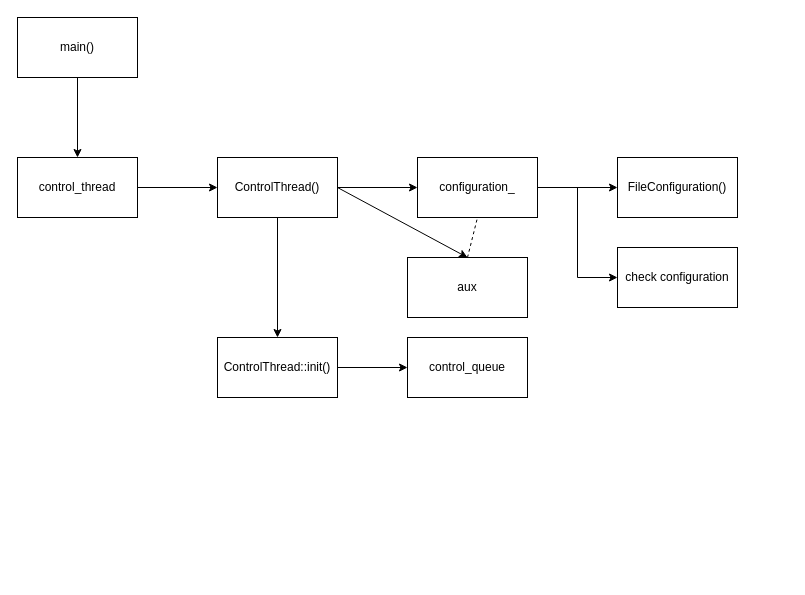
Above: gnss-sdr-call.drawio in Mortarboard-H/gnss-sdr (draw.io), before the change. Source tidied: cells renumbered, new cells numbered last; positions are measured from the earlier drawing's top-left corner, leaving out a move shared by most shapes. Both pictures are drawn from the tidied source at 100%, with x=0, y=0 at pixel (17, 17).
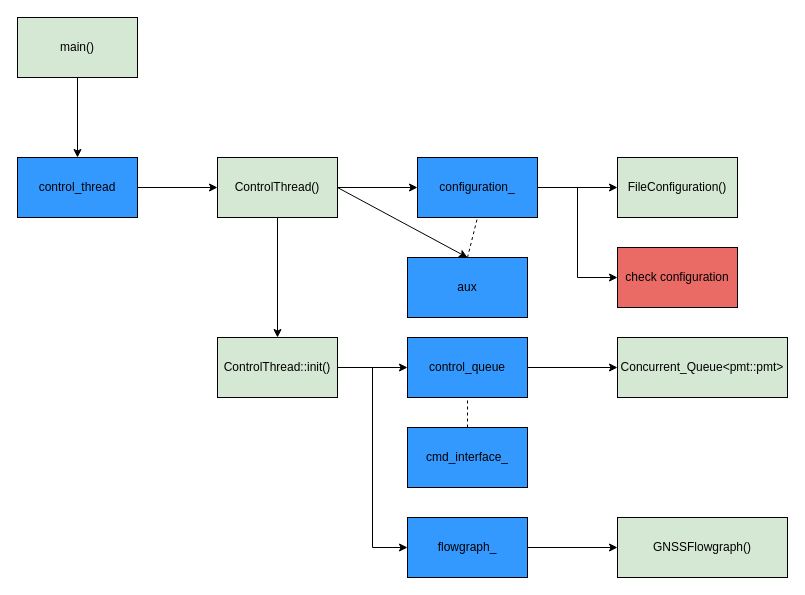
The same diagram, later.

Diff of the diagram source:
```diff
@@
-    <mxCell id="3" value="main()" style="rounded=0;whiteSpace=wrap;html=1;" parent="1" vertex="1">
+    <mxCell id="3" value="main()" style="rounded=0;whiteSpace=wrap;html=1;fillColor=#D5E8D4;" parent="1" vertex="1">
       <mxGeometry width="120" height="60" as="geometry" />
     </mxCell>
@@
-    <mxCell id="5" value="control_thread" style="whiteSpace=wrap;html=1;rounded=0;" parent="1" vertex="1">
+    <mxCell id="5" value="control_thread" style="whiteSpace=wrap;html=1;rounded=0;fillColor=#3399FF;" parent="1" vertex="1">
       <mxGeometry y="140" width="120" height="60" as="geometry" />
     </mxCell>
@@
-    <mxCell id="8" value="ControlThread()" style="whiteSpace=wrap;html=1;rounded=0;" parent="1" vertex="1">
+    <mxCell id="8" value="ControlThread()" style="whiteSpace=wrap;html=1;rounded=0;fillColor=#D5E8D4;" parent="1" vertex="1">
       <mxGeometry x="200" y="140" width="120" height="60" as="geometry" />
     </mxCell>
@@
-    <mxCell id="11" value="configuration_" style="whiteSpace=wrap;html=1;rounded=0;" parent="1" vertex="1">
+    <mxCell id="11" value="configuration_" style="whiteSpace=wrap;html=1;rounded=0;strokeColor=#000000;fillColor=#3399FF;" parent="1" vertex="1">
       <mxGeometry x="400" y="140" width="120" height="60" as="geometry" />
     </mxCell>
-    <mxCell id="12" value="FileConfiguration()" style="whiteSpace=wrap;html=1;rounded=0;" parent="1" vertex="1">
+    <mxCell id="12" value="FileConfiguration()" style="whiteSpace=wrap;html=1;rounded=0;fillColor=#D5E8D4;" parent="1" vertex="1">
       <mxGeometry x="600" y="140" width="120" height="60" as="geometry" />
     </mxCell>
-    <mxCell id="13" value="aux" style="whiteSpace=wrap;html=1;rounded=0;" parent="1" vertex="1">
+    <mxCell id="13" value="aux" style="whiteSpace=wrap;html=1;rounded=0;fillColor=#3399FF;" parent="1" vertex="1">
       <mxGeometry x="390" y="240" width="120" height="60" as="geometry" />
     </mxCell>
@@
-    <mxCell id="16" value="check configuration" style="whiteSpace=wrap;html=1;rounded=0;" parent="1" vertex="1">
+    <mxCell id="16" value="check configuration" style="whiteSpace=wrap;html=1;rounded=0;fillColor=#EA6B66;" parent="1" vertex="1">
       <mxGeometry x="600" y="230" width="120" height="60" as="geometry" />
     </mxCell>
+    <mxCell id="20" style="edgeStyle=orthogonalEdgeStyle;rounded=0;jettySize=auto;html=1;entryX=0;entryY=0.5;entryDx=0;entryDy=0;fontColor=#3399FF;" parent="1" edge="1" source="17" target="26">
+      <mxGeometry relative="1" as="geometry" />
+    </mxCell>
-    <mxCell id="17" value="ControlThread::init()" style="whiteSpace=wrap;html=1;rounded=0;" parent="1" vertex="1">
+    <mxCell id="17" value="ControlThread::init()" style="whiteSpace=wrap;html=1;rounded=0;fillColor=#D5E8D4;" parent="1" vertex="1">
       <mxGeometry x="200" y="320" width="120" height="60" as="geometry" />
     </mxCell>
+    <mxCell id="21" style="edgeStyle=orthogonalEdgeStyle;rounded=0;jettySize=auto;html=1;exitX=1;exitY=0.5;exitDx=0;exitDy=0;entryX=0;entryY=0.5;entryDx=0;entryDy=0;fontColor=#3399FF;" parent="1" edge="1" source="18" target="22">
+      <mxGeometry relative="1" as="geometry" />
+    </mxCell>
-    <mxCell id="18" value="control_queue" style="whiteSpace=wrap;html=1;rounded=0;" parent="1" vertex="1">
+    <mxCell id="18" value="control_queue" style="whiteSpace=wrap;html=1;rounded=0;strokeColor=#000000;fillColor=#3399FF;" parent="1" vertex="1">
       <mxGeometry x="390" y="320" width="120" height="60" as="geometry" />
     </mxCell>
@@
+    <mxCell id="22" value="Concurrent_Queue&amp;lt;pmt::pmt&amp;gt;" style="whiteSpace=wrap;html=1;rounded=0;fillColor=#D5E8D4;" parent="1" vertex="1">
+      <mxGeometry x="600" y="320" width="170" height="60" as="geometry" />
+    </mxCell>
+    <mxCell id="23" value="cmd_interface_" style="whiteSpace=wrap;html=1;rounded=0;strokeColor=#000000;fillColor=#3399FF;" parent="1" vertex="1">
+      <mxGeometry x="390" y="410" width="120" height="60" as="geometry" />
+    </mxCell>
+    <mxCell id="24" style="endArrow=none;dashed=1;html=1;rounded=0;fontColor=#3399FF;entryX=0.5;entryY=1;entryDx=0;entryDy=0;exitX=0.5;exitY=0;exitDx=0;exitDy=0;" parent="1" edge="1" source="23" target="18">
+      <mxGeometry relative="1" as="geometry" />
+    </mxCell>
+    <mxCell id="25" style="edgeStyle=orthogonalEdgeStyle;rounded=0;jettySize=auto;html=1;entryX=0;entryY=0.5;entryDx=0;entryDy=0;fontColor=#3399FF;" parent="1" edge="1" source="26" target="27">
+      <mxGeometry relative="1" as="geometry" />
+    </mxCell>
+    <mxCell id="26" value="flowgraph_" style="whiteSpace=wrap;html=1;rounded=0;strokeColor=#000000;fillColor=#3399FF;" parent="1" vertex="1">
+      <mxGeometry x="390" y="500" width="120" height="60" as="geometry" />
+    </mxCell>
+    <mxCell id="27" value="GNSSFlowgraph()" style="whiteSpace=wrap;html=1;rounded=0;fillColor=#D5E8D4;" parent="1" vertex="1">
+      <mxGeometry x="600" y="500" width="170" height="60" as="geometry" />
+    </mxCell>
```
